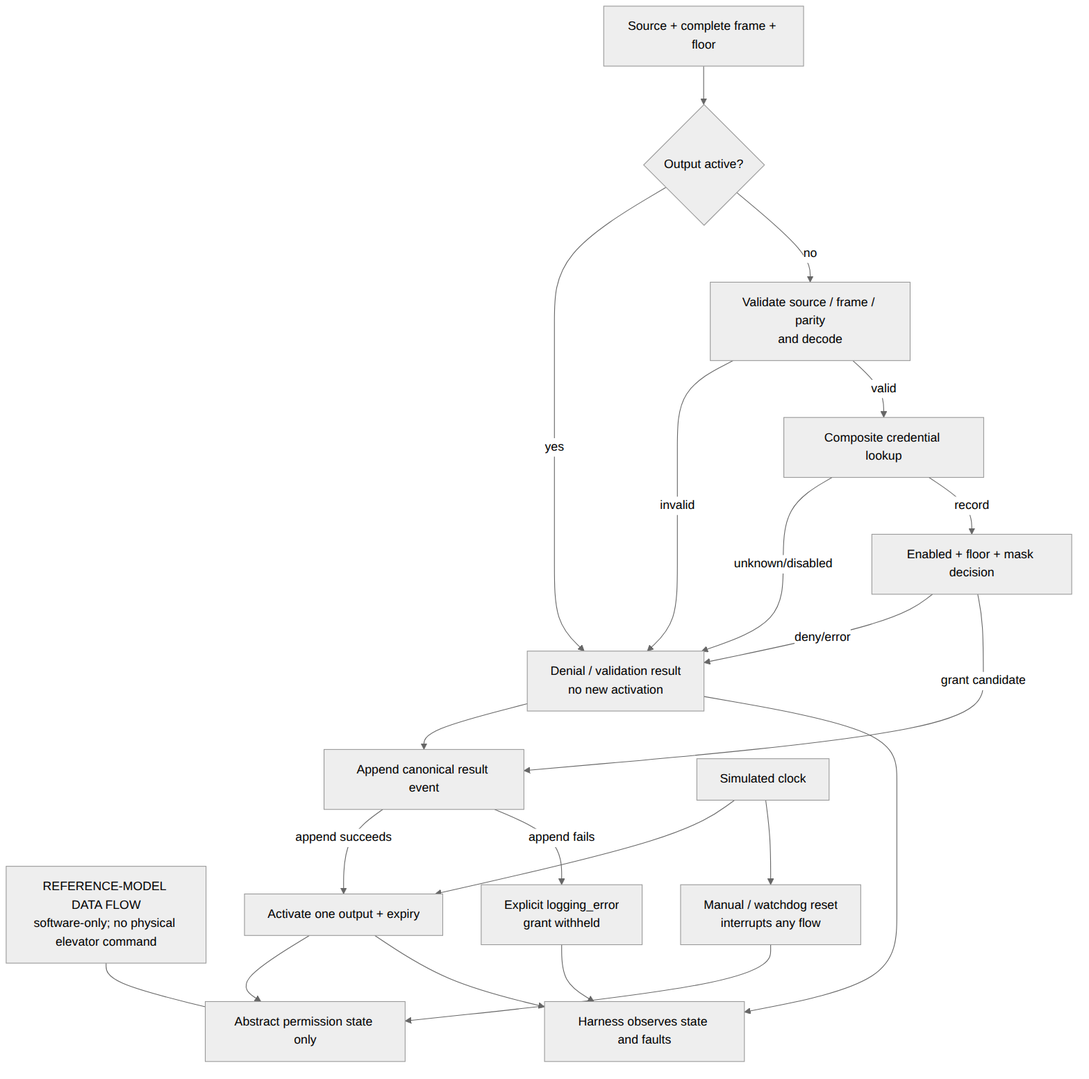
The Mermaid diagram docs/figures/data_flow.png in BarShtainv/EEEProjectElevator, before a commit. Its source is kept beside it as docs/figures/data_flow.mmd. Source of this version:
```mermaid
flowchart TB
    NOTE["REFERENCE-MODEL DATA FLOW<br/>software-only; no physical elevator command"]
    REQ["Source + complete frame + floor"]
    BUSY{"Output active?"}
    VAL["Validate source / frame / parity<br/>and decode"]
    LOOK["Composite credential lookup"]
    AUTH["Enabled + floor + mask decision"]
    PRELOG["Append canonical result event"]
    ACT["Activate one output + expiry"]
    DENY["Denial / validation result<br/>no new activation"]
    LOGERR["Explicit logging_error<br/>grant withheld"]
    CLOCK["Simulated clock"]
    RESET["Manual / watchdog reset<br/>interrupts any flow"]
    OBS["Harness observes state and faults"]
    END["Abstract permission state only"]

    REQ --> BUSY
    BUSY -- yes --> DENY
    BUSY -- no --> VAL
    VAL -- invalid --> DENY
    VAL -- valid --> LOOK
    LOOK -- unknown/disabled --> DENY
    LOOK -- record --> AUTH
    AUTH -- deny/error --> DENY
    AUTH -- grant candidate --> PRELOG
    PRELOG -- append succeeds --> ACT --> END
    PRELOG -- append fails --> LOGERR
    DENY --> PRELOG
    CLOCK --> ACT
    CLOCK --> RESET
    RESET --> END
    ACT --> OBS
    DENY --> OBS
    LOGERR --> OBS
    NOTE --- END
```
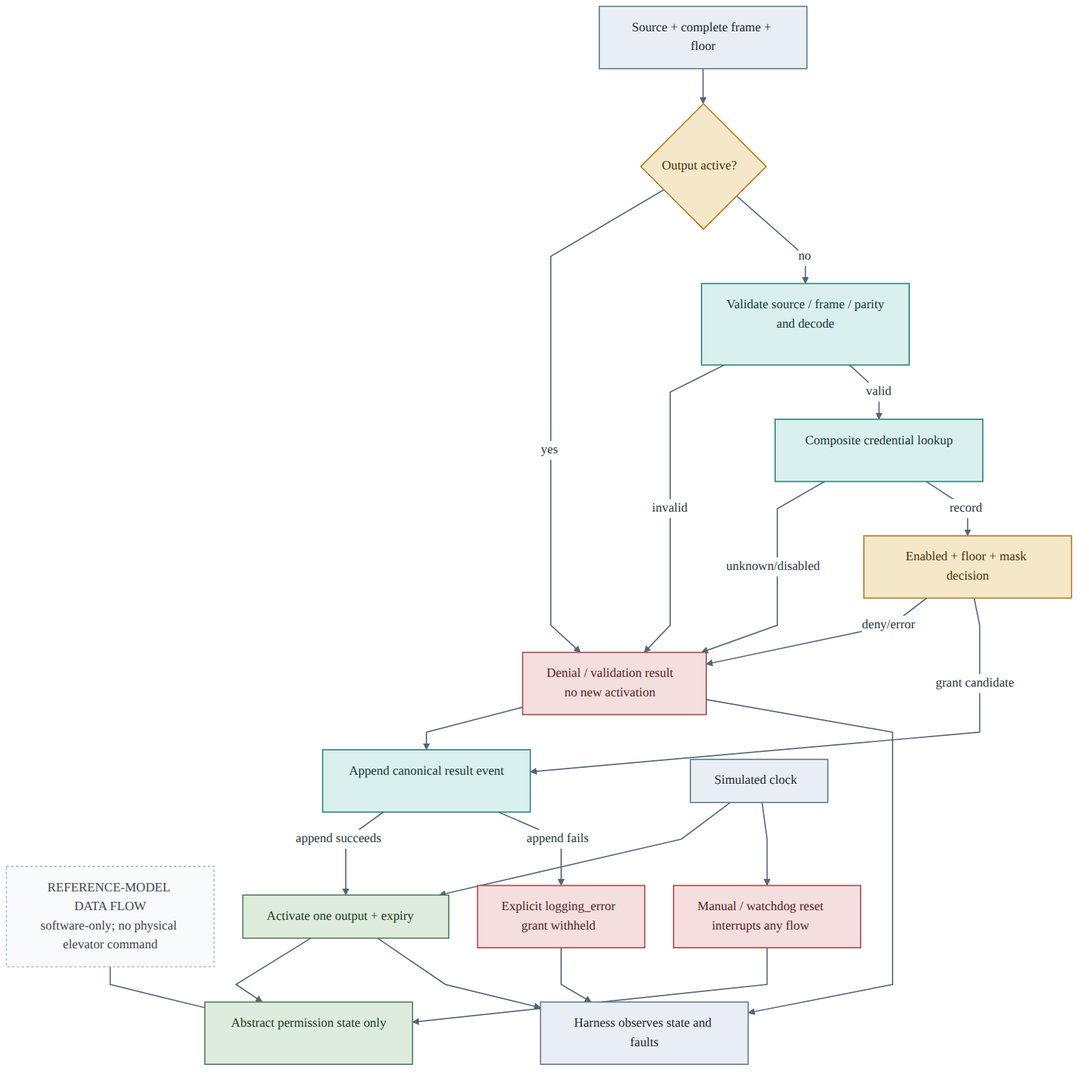
After the commit.

Change to the diagram source:
```diff
@@ -1,3 +1,4 @@
+%%{init: {"theme":"base","themeVariables":{"fontFamily":"Arial, sans-serif","fontSize":"16px","primaryTextColor":"#1F2933","lineColor":"#526574","edgeLabelBackground":"#FFFFFF","clusterBkg":"#F8FAFC","clusterBorder":"#8A9BA8"},"flowchart":{"curve":"linear","nodeSpacing":36,"rankSpacing":44,"htmlLabels":true}}}%%
 flowchart TB
     NOTE["REFERENCE-MODEL DATA FLOW<br/>software-only; no physical elevator command"]
     REQ["Source + complete frame + floor"]
@@ -33,3 +34,20 @@
     DENY --> OBS
     LOGERR --> OBS
     NOTE --- END
+
+    classDef external fill:#E8EEF3,stroke:#607D8B,color:#1F2933,stroke-width:1.5px;
+    classDef controller fill:#274C77,stroke:#16324F,color:#FFFFFF,stroke-width:2px,font-weight:600;
+    classDef data fill:#D9F0EE,stroke:#2F7F7B,color:#183A3A,stroke-width:1.5px;
+    classDef success fill:#DDECDD,stroke:#4E7D57,color:#203D27,stroke-width:1.5px;
+    classDef decision fill:#F5E8C8,stroke:#B7791F,color:#4B3512,stroke-width:1.5px;
+    classDef fault fill:#F4DEDE,stroke:#A44A4A,color:#572727,stroke-width:1.5px;
+    classDef note fill:#F8FAFC,stroke:#8A9BA8,color:#3E4850,stroke-width:1px,stroke-dasharray:3 3;
+
+    class REQ,CLOCK,OBS external;
+    class VAL,LOOK,PRELOG data;
+    class AUTH,BUSY decision;
+    class ACT,END success;
+    class DENY,LOGERR,RESET fault;
+    class NOTE note;
+
+    linkStyle default stroke:#526574,stroke-width:1.5px,color:#2B3A42
```
